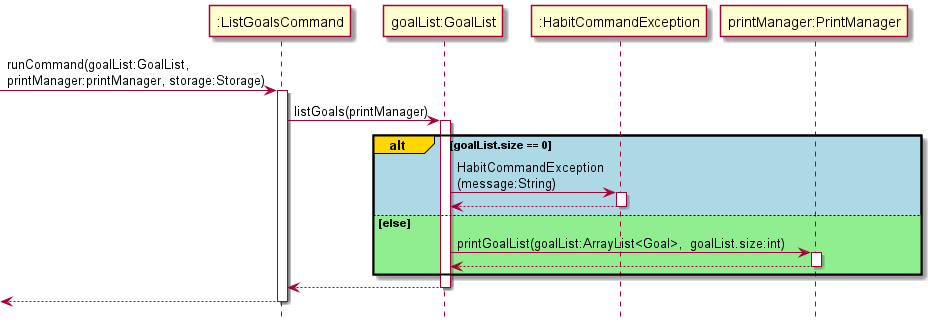
nus-cs2113-AY2122S1/tp keeps this PlantUML diagram as docs/Diagram_Images/Implementation_Diagram_Images/ListGoalsCommandSequenceDiagram.png. Above is the earlier version. Its diagram source:
```plantuml
@startuml
!include Style.puml

-> ":ListGoalsCommand": runCommand(goalList:GoalList,\nprintManager:printManager, storage:Storage)
activate ":ListGoalsCommand"

":ListGoalsCommand" -> "goalList:GoalList":  listGoals(printManager)
activate "goalList:GoalList"
alt#gold #lightblue goalList.size == 0
    "goalList:GoalList" -> ":HabitCommandException": HabitCommandException\n(message:String)
    activate ":HabitCommandException"
    ":HabitCommandException" --> "goalList:GoalList"
    deactivate ":HabitCommandException"

else #lightgreen else
    "goalList:GoalList" -> "printManager:PrintManager": printGoalList(goalList:ArrayList<Goal>,  goalList.size:int)
    activate "printManager:PrintManager"
    "printManager:PrintManager" --> "goalList:GoalList"
    deactivate "printManager:PrintManager"
end

"goalList:GoalList" --> ":ListGoalsCommand"
deactivate "goalList:GoalList"

<-- ":ListGoalsCommand"
deactivate ":ListGoalsCommand"

@enduml
```
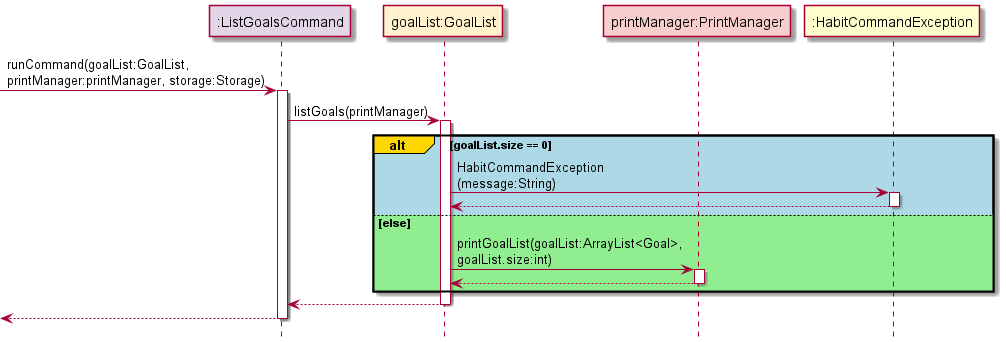
After the commit.

The edit, as a diff of the source:
```diff
@@ -1,28 +1,32 @@
 @startuml
 !include Style.puml
 
--> ":ListGoalsCommand": runCommand(goalList:GoalList,\nprintManager:printManager, storage:Storage)
-activate ":ListGoalsCommand"
+participant ":ListGoalsCommand" as ListGoalsCommand COMMAND_COLOUR
+participant "goalList:GoalList" as goalList GOAL_COLOUR
+participant "printManager:PrintManager" as printManager UI_COLOUR
 
-":ListGoalsCommand" -> "goalList:GoalList":  listGoals(printManager)
-activate "goalList:GoalList"
+-> ListGoalsCommand: runCommand(goalList:GoalList,\nprintManager:printManager, storage:Storage)
+activate ListGoalsCommand
+
+ListGoalsCommand -> goalList:  listGoals(printManager)
+activate goalList
 alt#gold #lightblue goalList.size == 0
-    "goalList:GoalList" -> ":HabitCommandException": HabitCommandException\n(message:String)
+    goalList -> ":HabitCommandException": HabitCommandException\n(message:String)
     activate ":HabitCommandException"
-    ":HabitCommandException" --> "goalList:GoalList"
+    ":HabitCommandException" --> goalList
     deactivate ":HabitCommandException"
 
 else #lightgreen else
-    "goalList:GoalList" -> "printManager:PrintManager": printGoalList(goalList:ArrayList<Goal>,  goalList.size:int)
-    activate "printManager:PrintManager"
-    "printManager:PrintManager" --> "goalList:GoalList"
-    deactivate "printManager:PrintManager"
+    goalList -> printManager: printGoalList(goalList:ArrayList<Goal>,\ngoalList.size:int)
+    activate printManager
+    printManager --> goalList
+    deactivate printManager
 end
 
-"goalList:GoalList" --> ":ListGoalsCommand"
-deactivate "goalList:GoalList"
+goalList --> ListGoalsCommand
+deactivate goalList
 
-<-- ":ListGoalsCommand"
-deactivate ":ListGoalsCommand"
+<-- ListGoalsCommand
+deactivate ListGoalsCommand
 
 @enduml
```
